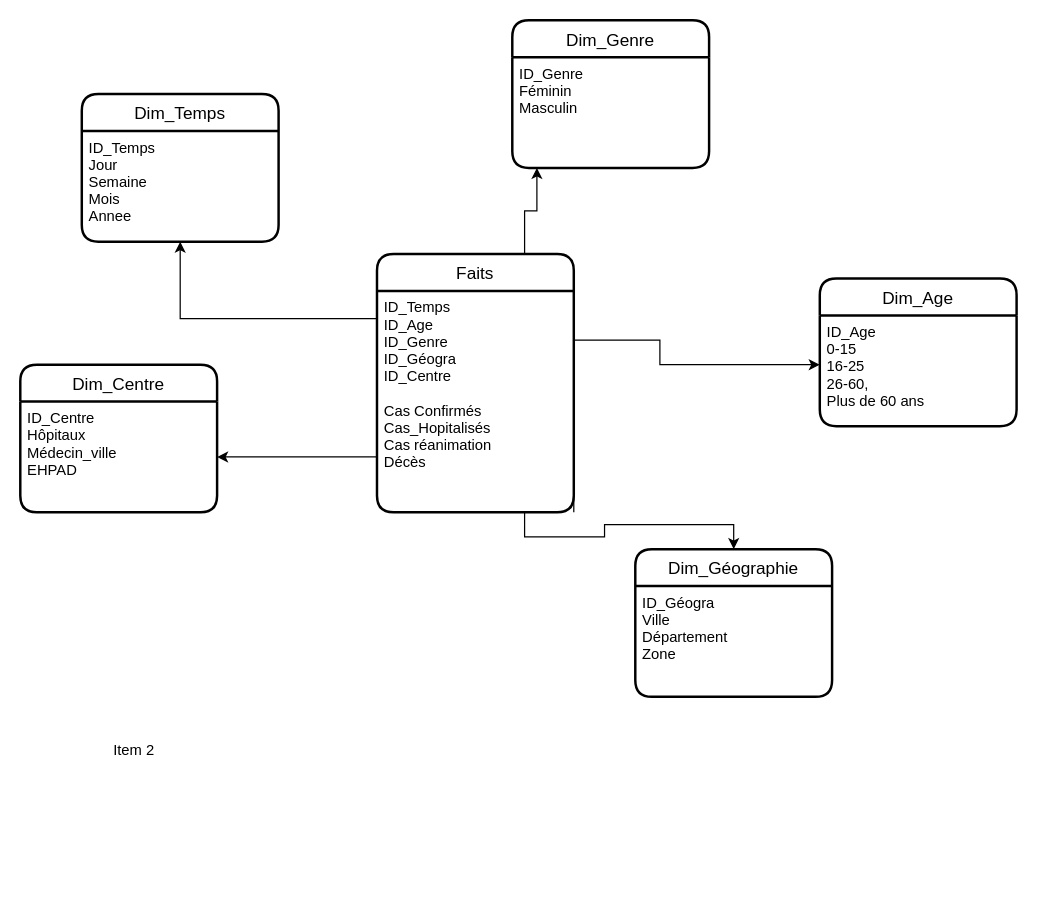
This is Partie_2/Diagramme sans nom.drawio from agossouvo/creez_un_dashboard, a draw.io file, before an edit. Source tidied: cells renumbered, new cells numbered last; positions are measured from the earlier drawing's top-left corner, leaving out a move shared by most shapes. Both pictures are drawn from the tidied source at 123%, with x=0, y=0 at pixel (20, 20).
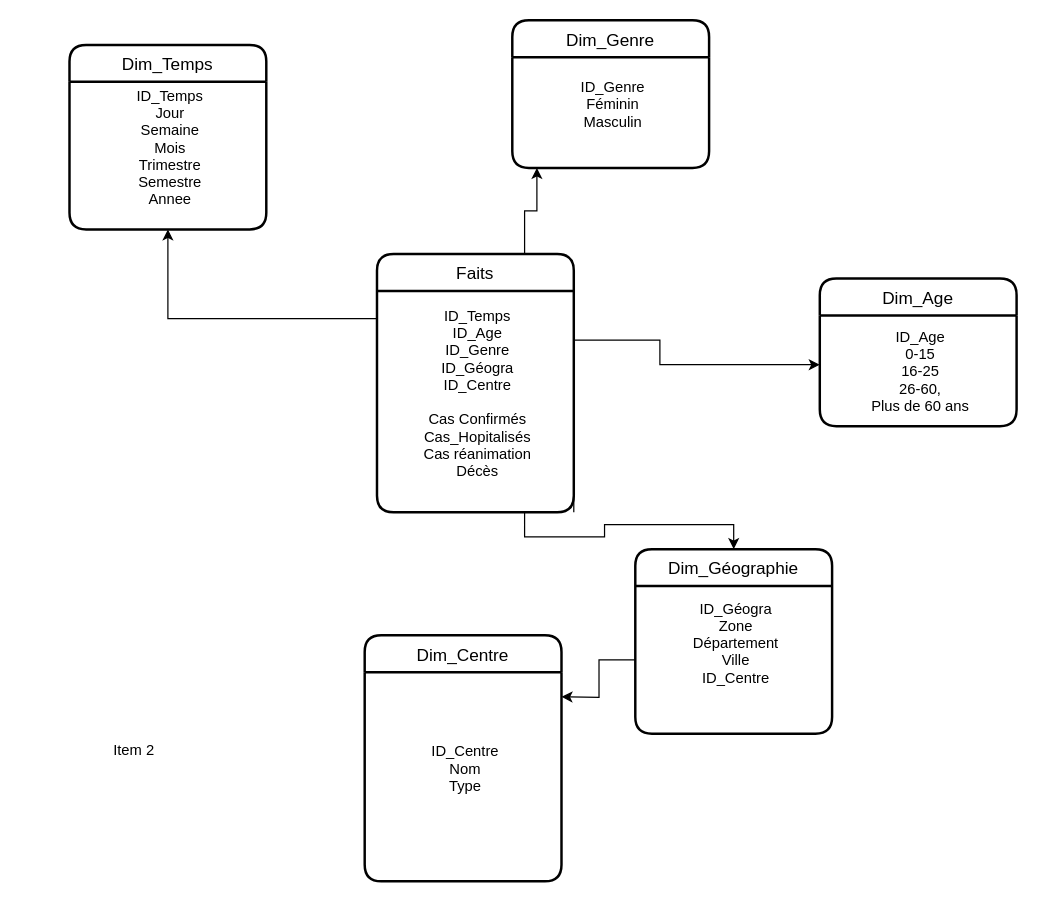
The same page after the edit.

Commit message (it also covers changes not shown here):
Mettre à jour Diagramme sans nom.drawio

The change refers to these unchanged cells:
```xml
<mxCell id="4" value="Faits" style="swimlane;horizontal=1;startSize=30;rounded=1;fontSize=14;fontStyle=0;strokeWidth=2;shadow=0;dashed=0;align=center;" parent="1" vertex="1">
  <mxGeometry x="290" y="190" width="160" height="210" as="geometry" />
</mxCell>
<mxCell id="7" value="Dim_Genre" style="swimlane;horizontal=1;startSize=30;rounded=1;fontSize=14;fontStyle=0;strokeWidth=2;shadow=0;dashed=0;align=center;" parent="1" vertex="1">
  <mxGeometry x="400" width="160" height="120" as="geometry" />
</mxCell>
<mxCell id="13" value="Dim_Age" style="swimlane;horizontal=1;startSize=30;rounded=1;fontSize=14;fontStyle=0;strokeWidth=2;shadow=0;dashed=0;align=center;" parent="1" vertex="1">
  <mxGeometry x="650" y="210" width="160" height="120" as="geometry" />
</mxCell>
```

Change to the diagram source:
```diff
@@
-    <mxCell id="5" value="ID_Temps&#10;ID_Age&#10;ID_Genre&#10;ID_Géogra&#10;ID_Centre&#10;&#10;Cas Confirmés&#10;Cas_Hopitalisés&#10;Cas réanimation&#10;Décès&#10;&#10;&#10;&#10;&#10;" style="align=left;strokeColor=none;fillColor=none;spacingLeft=4;fontSize=12;verticalAlign=top;" parent="4" vertex="1">
+    <mxCell id="5" value="&#10;&#10;&#10;&#10;ID_Temps&#10;ID_Age&#10;ID_Genre&#10;ID_Géogra&#10;ID_Centre&#10;&#10;Cas Confirmés&#10;Cas_Hopitalisés&#10;Cas réanimation&#10;Décès&#10;&#10;&#10;&#10;&#10;" style="align=center;strokeColor=none;fillColor=none;spacingLeft=4;fontSize=12;verticalAlign=middle;" parent="4" vertex="1">
       <mxGeometry y="30" width="160" height="180" as="geometry" />
     </mxCell>
@@
-    <mxCell id="8" value="ID_Genre&#10;Féminin&#10;Masculin&#10;" style="align=left;strokeColor=none;fillColor=none;spacingLeft=4;fontSize=12;verticalAlign=top;" parent="7" vertex="1">
+    <mxCell id="8" value="ID_Genre&#10;Féminin&#10;Masculin&#10;" style="align=center;strokeColor=none;fillColor=none;spacingLeft=4;fontSize=12;verticalAlign=middle;" parent="7" vertex="1">
       <mxGeometry y="30" width="160" height="90" as="geometry" />
     </mxCell>
     <mxCell id="9" value="Dim_Géographie" style="swimlane;horizontal=1;startSize=30;rounded=1;fontSize=14;fontStyle=0;strokeWidth=2;shadow=0;dashed=0;align=center;" parent="1" vertex="1">
-      <mxGeometry x="500" y="430" width="160" height="120" as="geometry" />
+      <mxGeometry x="500" y="430" width="160" height="150" as="geometry" />
     </mxCell>
-    <mxCell id="10" value="ID_Géogra&#10;Ville&#10;Département&#10;Zone&#10;&#10;" style="align=left;strokeColor=none;fillColor=none;spacingLeft=4;fontSize=12;verticalAlign=top;" parent="9" vertex="1">
-      <mxGeometry y="30" width="160" height="90" as="geometry" />
+    <mxCell id="10" value="ID_Géogra&#10;Zone&#10;Département&#10;Ville&#10;ID_Centre&#10;&#10;" style="align=center;strokeColor=none;fillColor=none;spacingLeft=4;fontSize=12;verticalAlign=middle;" parent="9" vertex="1">
+      <mxGeometry y="30" width="160" height="120" as="geometry" />
     </mxCell>
-    <mxCell id="11" value="Dim_Temps" style="swimlane;horizontal=1;startSize=30;rounded=1;fontSize=14;fontStyle=0;strokeWidth=2;shadow=0;dashed=0;align=center;" parent="1" vertex="1">
-      <mxGeometry x="50" y="60" width="160" height="120" as="geometry" />
+    <mxCell id="11" value="Dim_Temps" style="swimlane;horizontal=1;startSize=30;rounded=1;fontSize=14;fontStyle=0;strokeWidth=2;shadow=0;dashed=0;align=center;verticalAlign=middle;" parent="1" vertex="1">
+      <mxGeometry x="40" y="20" width="160" height="150" as="geometry" />
     </mxCell>
-    <mxCell id="12" value="ID_Temps&#10;Jour&#10;Semaine&#10;Mois&#10;Annee&#10;" style="align=left;strokeColor=none;fillColor=none;spacingLeft=4;fontSize=12;verticalAlign=top;" parent="11" vertex="1">
-      <mxGeometry y="30" width="160" height="90" as="geometry" />
+    <mxCell id="12" value="ID_Temps&#10;Jour&#10;Semaine&#10;Mois&#10;Trimestre&#10;Semestre&#10;Annee&#10;" style="align=center;strokeColor=none;fillColor=none;spacingLeft=4;fontSize=12;verticalAlign=middle;" parent="11" vertex="1">
+      <mxGeometry y="30" width="160" height="120" as="geometry" />
     </mxCell>
@@
-    <mxCell id="14" value="ID_Age&#10;0-15&#10; 16-25&#10; 26-60,&#10;Plus de 60 ans" style="align=left;strokeColor=none;fillColor=none;spacingLeft=4;fontSize=12;verticalAlign=top;" parent="13" vertex="1">
+    <mxCell id="14" value="ID_Age&#10;0-15&#10; 16-25&#10; 26-60,&#10;Plus de 60 ans" style="align=center;strokeColor=none;fillColor=none;spacingLeft=4;fontSize=12;verticalAlign=middle;" parent="13" vertex="1">
       <mxGeometry y="30" width="160" height="90" as="geometry" />
     </mxCell>
     <mxCell id="15" value="Dim_Centre" style="swimlane;horizontal=1;startSize=30;rounded=1;fontSize=14;fontStyle=0;strokeWidth=2;shadow=0;dashed=0;align=center;" parent="1" vertex="1">
-      <mxGeometry y="280" width="160" height="120" as="geometry" />
+      <mxGeometry x="280" y="500" width="160" height="200" as="geometry" />
     </mxCell>
-    <mxCell id="16" value="ID_Centre&#10;Hôpitaux&#10;Médecin_ville&#10;EHPAD&#10;&#10;" style="align=left;strokeColor=none;fillColor=none;spacingLeft=4;fontSize=12;verticalAlign=top;" parent="15" vertex="1">
-      <mxGeometry y="30" width="160" height="90" as="geometry" />
+    <mxCell id="16" value="&#10;ID_Centre&#10;Nom&#10;Type&#10;&#10;" style="align=center;strokeColor=none;fillColor=none;spacingLeft=4;fontSize=12;verticalAlign=middle;" parent="15" vertex="1">
+      <mxGeometry y="30" width="160" height="170" as="geometry" />
     </mxCell>
@@
-    <mxCell id="19" style="edgeStyle=orthogonalEdgeStyle;rounded=0;jettySize=auto;html=1;exitX=0;exitY=0.75;exitDx=0;exitDy=0;" parent="1" edge="1" source="5" target="16">
-      <mxGeometry relative="1" as="geometry" />
-    </mxCell>
+    <mxCell id="20" style="edgeStyle=orthogonalEdgeStyle;rounded=0;jettySize=auto;html=1;exitX=0;exitY=0.5;exitDx=0;exitDy=0;" parent="1" edge="1" source="10">
+      <mxGeometry relative="1" as="geometry">
+        <mxPoint x="440" y="550" as="targetPoint" />
+      </mxGeometry>
+    </mxCell>
```
